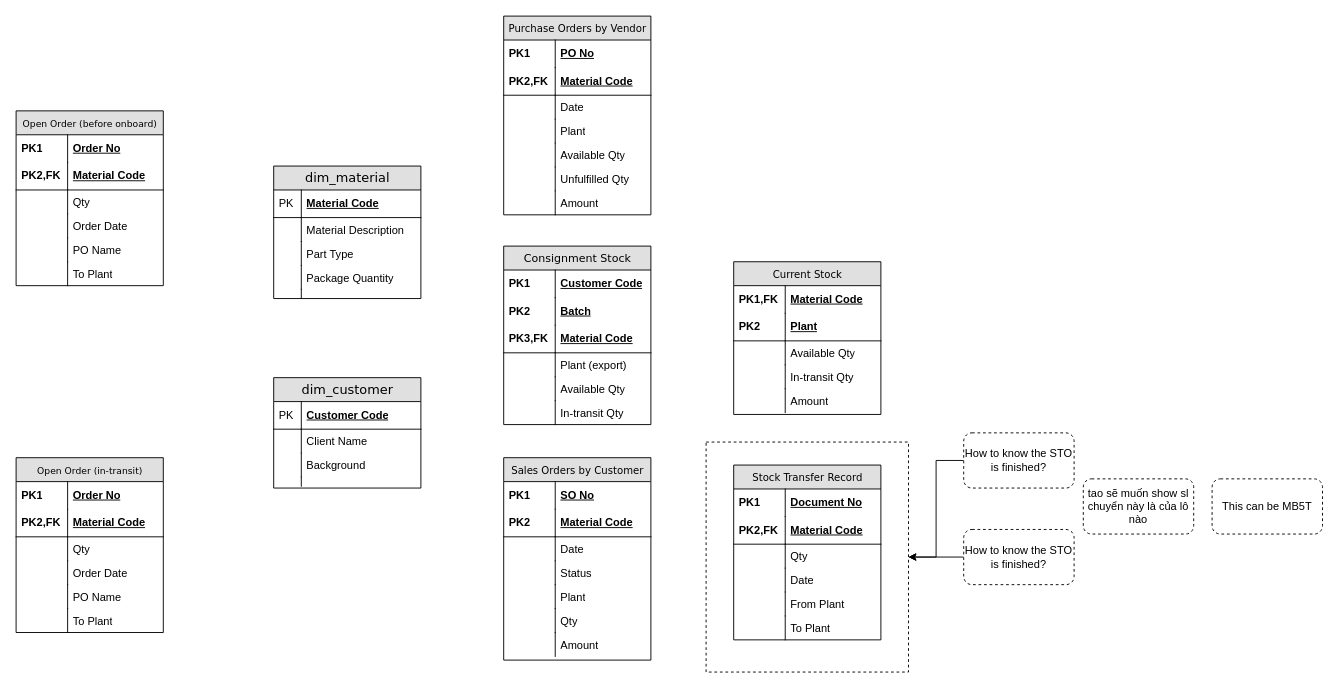
Before: Logistics Data Pipeline/data_table_rel.drawio in basic-produce/Data_Port, a draw.io diagram. Source tidied: cells renumbered, new cells numbered last; positions are measured from the earlier drawing's top-left corner, leaving out a move shared by most shapes. Both pictures are drawn from the tidied source at 92%, with x=0, y=0 at pixel (16, 16).
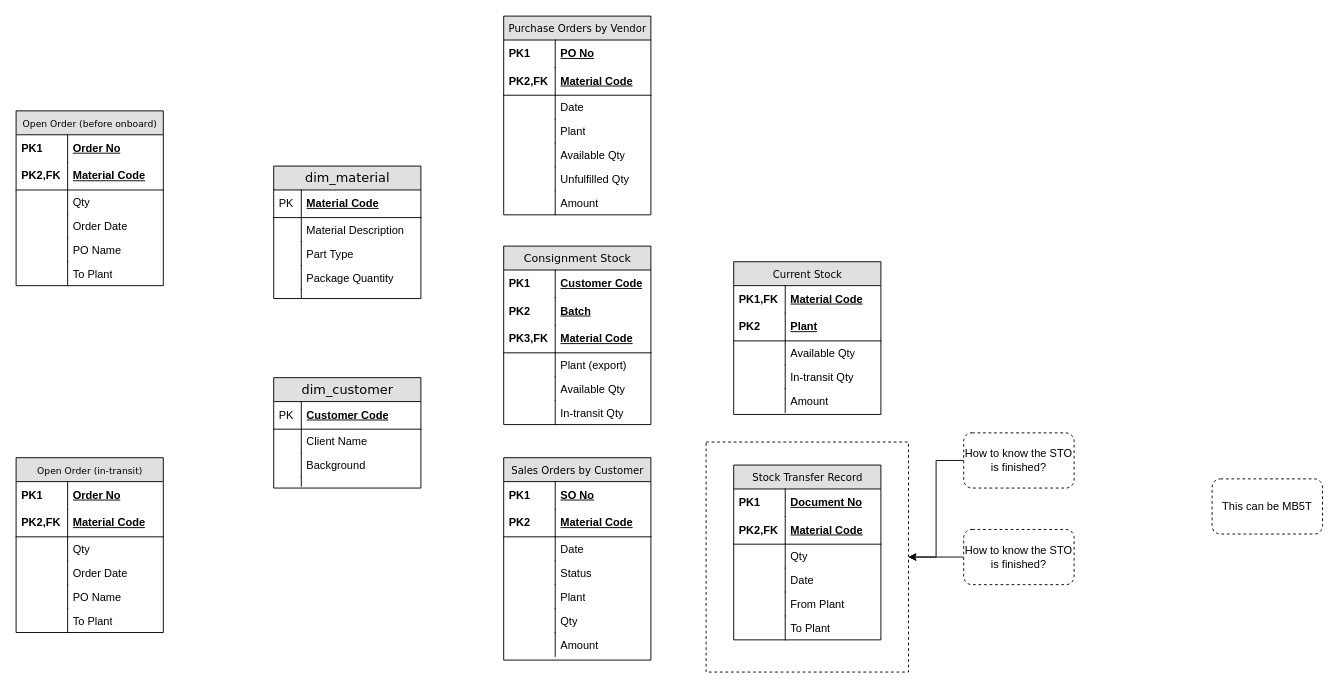
After the change.

What changed in the source:
```diff
@@
-    <mxCell id="120" value="tao sẽ muốn show sl chuyển này là của lô nào" style="rounded=1;whiteSpace=wrap;html=1;dashed=1;" parent="1" vertex="1">
-      <mxGeometry x="1160" y="503" width="120" height="60" as="geometry" />
-    </mxCell>
```
